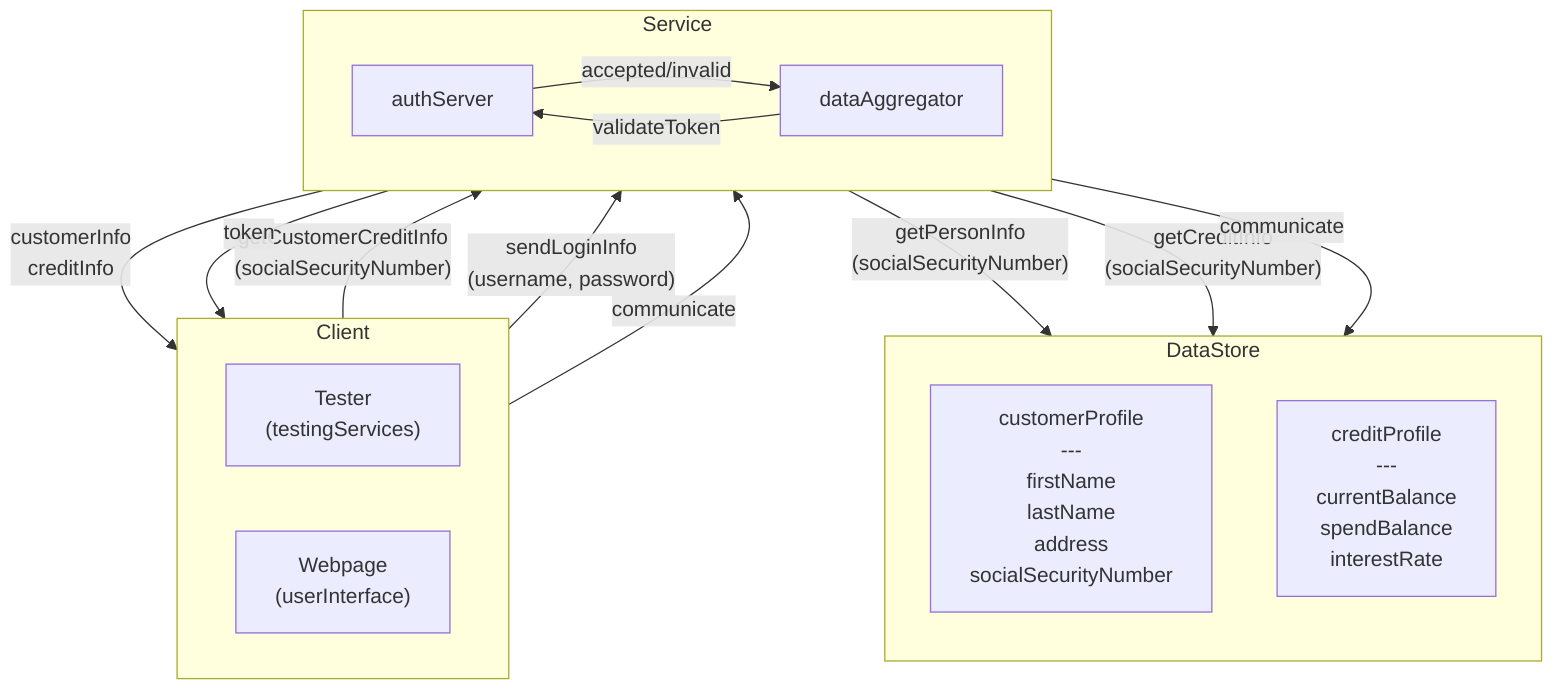
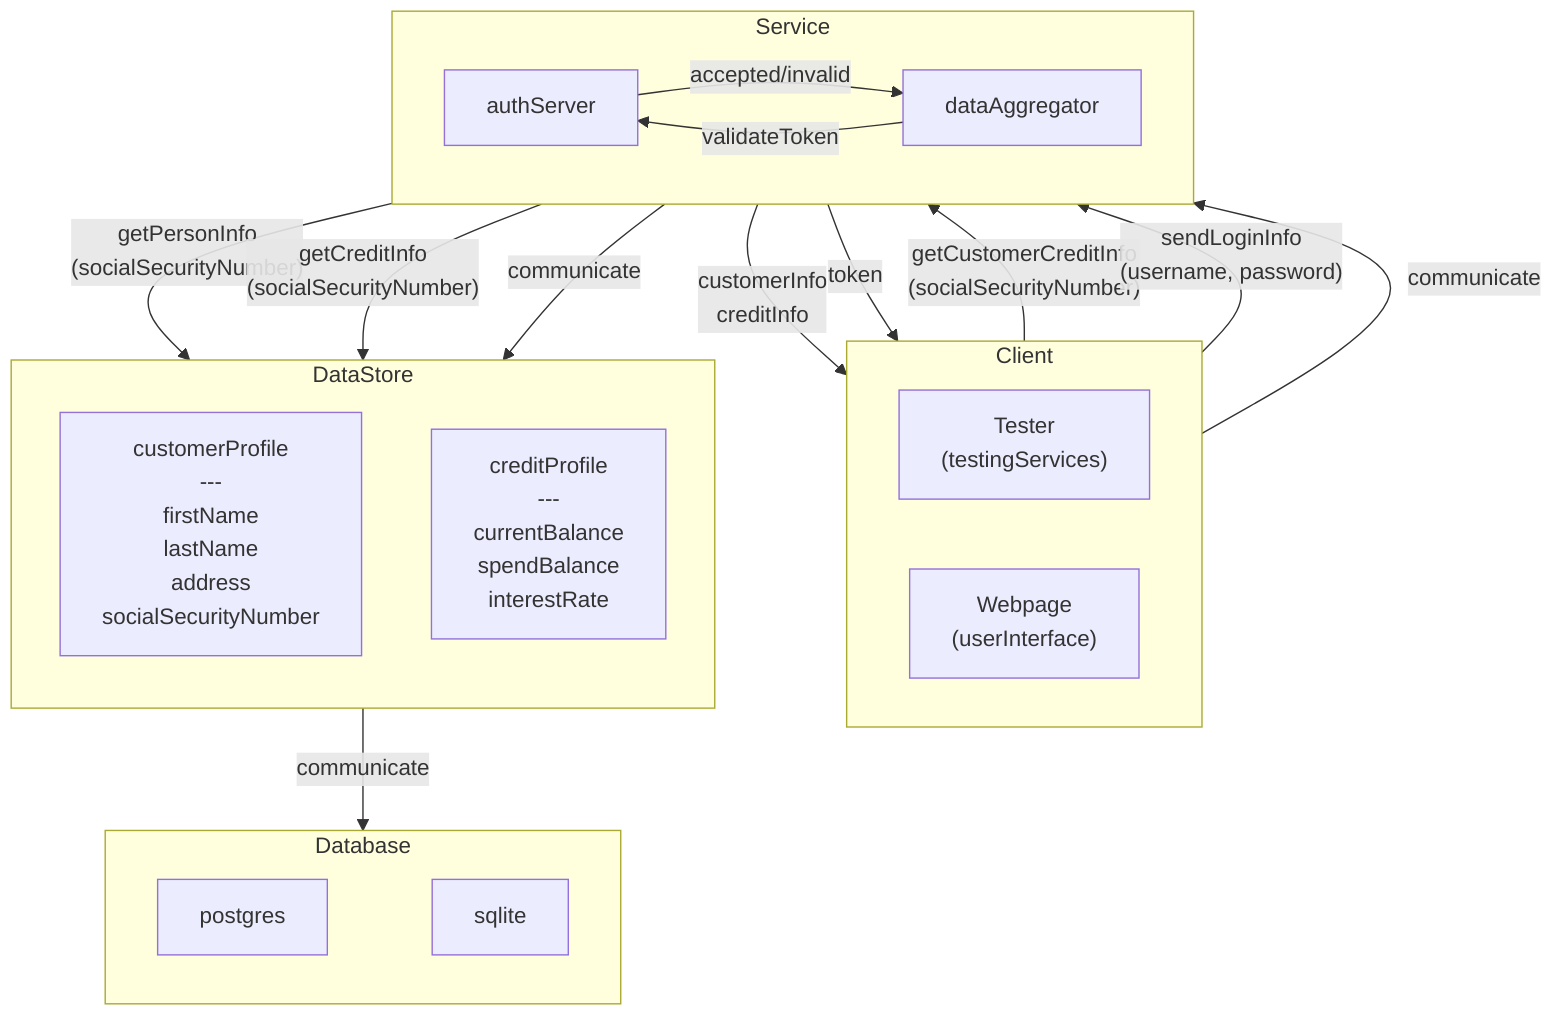
flowchart TD
    subgraph Client["Client"]
        direction LR
        Tester["Tester\n(testingServices)"]
        Webpage["Webpage\n(userInterface)"]
    end

    subgraph Service["Service"]
        direction LR
        authServer["authServer"]
        dataAggregator["dataAggregator"]
    end

    subgraph DataStore["DataStore"]
        direction TB
        customerProfile["customerProfile\n---\nfirstName\nlastName\naddress\nsocialSecurityNumber"]
        creditProfile["creditProfile\n---\ncurrentBalance\nspendBalance\ninterestRate"]
+     end
+ 
+     subgraph Database["Database"]
+         direction LR
+         postgres["postgres"]
+         sqlite["sqlite"]
+         postgres ~~~ sqlite
    end

    %% Data aggregation flow
    Client -- "getCustomerCreditInfo\n(socialSecurityNumber)" --> dataAggregator
    dataAggregator -- "customerInfo\ncreditInfo" --> Client

    %% Auth flow
    Client -- "sendLoginInfo\n(username, password)" --> authServer
    authServer -- "token" --> Client

    %% Token validation - internal services
    dataAggregator -- "validateToken" --> authServer
    authServer -- "accepted/invalid" --> dataAggregator

    %% DataStore lookups
    dataAggregator -- "getPersonInfo\n(socialSecurityNumber)" --> customerProfile
    dataAggregator -- "getCreditInfo\n(socialSecurityNumber)" --> creditProfile

    %% Anchors to force vertical layout
    Client -- "communicate" --> Service
    Service -- "communicate" --> DataStore
+     DataStore -- "communicate" --> Database
